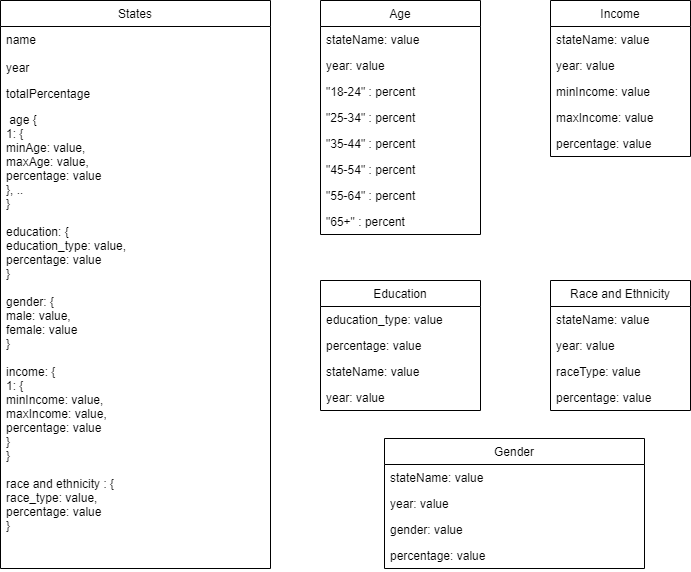
andrasimion99/twProject keeps this draw.io diagram as database/database.png. Above is the earlier version. Source tidied: cells renumbered, new cells last; positions are measured from the earlier drawing's top-left corner, leaving out a move shared by most shapes.
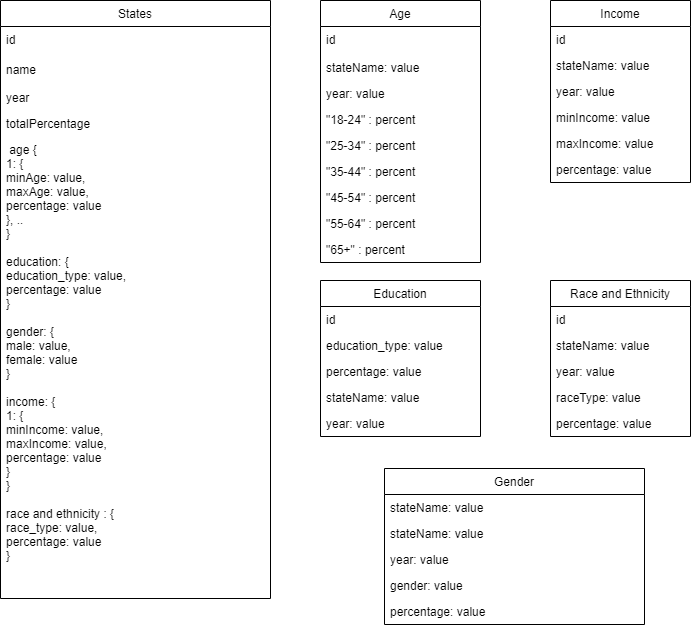
After the commit.

Change to the diagram source:
```diff
@@ -3,106 +3,121 @@
     <mxCell id="0" />
     <mxCell id="1" parent="0" />
     <mxCell id="2" value="States" style="swimlane;fontStyle=0;horizontal=1;startSize=26;fillColor=none;" parent="1" vertex="1">
-      <mxGeometry width="270" height="568" as="geometry" />
+      <mxGeometry width="270" height="598" as="geometry" />
     </mxCell>
-    <mxCell id="3" value="name&#10;&#10;year" style="text;strokeColor=none;fillColor=none;align=left;verticalAlign=top;spacingLeft=4;spacingRight=4;overflow=hidden;" parent="2" vertex="1">
-      <mxGeometry y="26" width="270" height="54" as="geometry" />
+    <mxCell id="3" value="id" style="text;strokeColor=none;fillColor=none;align=left;verticalAlign=top;spacingLeft=4;spacingRight=4;overflow=hidden;" parent="2" vertex="1">
+      <mxGeometry y="26" width="270" height="30" as="geometry" />
     </mxCell>
+    <mxCell id="36" value="name&#10;&#10;year" style="text;strokeColor=none;fillColor=none;align=left;verticalAlign=top;spacingLeft=4;spacingRight=4;overflow=hidden;" parent="2" vertex="1">
+      <mxGeometry y="56" width="270" height="54" as="geometry" />
+    </mxCell>
     <mxCell id="4" value="totalPercentage" style="text;strokeColor=none;fillColor=none;align=left;verticalAlign=top;spacingLeft=4;spacingRight=4;overflow=hidden;" parent="2" vertex="1">
-      <mxGeometry y="80" width="270" height="26" as="geometry" />
+      <mxGeometry y="110" width="270" height="26" as="geometry" />
     </mxCell>
     <mxCell id="5" value=" age { &#10;1: { &#10;minAge: value,&#10;maxAge: value,&#10;percentage: value&#10;}, ..&#10;}&#10;&#10;education: {&#10;education_type: value,&#10;percentage: value&#10;}&#10;&#10;gender: {&#10;male: value,&#10;female: value&#10;}&#10;&#10;income: {&#10;1: {&#10;minIncome: value,&#10;maxIncome: value,&#10;percentage: value&#10;}&#10;}&#10;&#10;race and ethnicity : {&#10;race_type: value,&#10;percentage: value&#10;}" style="text;strokeColor=none;fillColor=none;align=left;verticalAlign=top;spacingLeft=4;spacingRight=4;overflow=hidden;" parent="2" vertex="1">
-      <mxGeometry y="106" width="270" height="462" as="geometry" />
+      <mxGeometry y="136" width="270" height="462" as="geometry" />
     </mxCell>
     <mxCell id="6" value="Age" style="swimlane;fontStyle=0;horizontal=1;startSize=26;fillColor=none;" parent="1" vertex="1">
-      <mxGeometry x="320" width="160" height="234" as="geometry" />
+      <mxGeometry x="320" width="160" height="262" as="geometry" />
     </mxCell>
-    <mxCell id="7" value="stateName: value" style="text;strokeColor=none;fillColor=none;align=left;verticalAlign=top;spacingLeft=4;spacingRight=4;overflow=hidden;" parent="6" vertex="1">
-      <mxGeometry y="26" width="160" height="26" as="geometry" />
+    <mxCell id="7" value="id&#10;&#10;stateName: value" style="text;strokeColor=none;fillColor=none;align=left;verticalAlign=top;spacingLeft=4;spacingRight=4;overflow=hidden;" parent="6" vertex="1">
+      <mxGeometry y="26" width="160" height="54" as="geometry" />
     </mxCell>
     <mxCell id="8" value="year: value" style="text;strokeColor=none;fillColor=none;align=left;verticalAlign=top;spacingLeft=4;spacingRight=4;overflow=hidden;" parent="6" vertex="1">
-      <mxGeometry y="52" width="160" height="26" as="geometry" />
+      <mxGeometry y="80" width="160" height="26" as="geometry" />
     </mxCell>
     <mxCell id="9" value="&quot;18-24&quot; : percent" style="text;strokeColor=none;fillColor=none;align=left;verticalAlign=top;spacingLeft=4;spacingRight=4;overflow=hidden;" parent="6" vertex="1">
-      <mxGeometry y="78" width="160" height="26" as="geometry" />
+      <mxGeometry y="106" width="160" height="26" as="geometry" />
     </mxCell>
     <mxCell id="10" value="&quot;25-34&quot; : percent" style="text;strokeColor=none;fillColor=none;align=left;verticalAlign=top;spacingLeft=4;spacingRight=4;overflow=hidden;" parent="6" vertex="1">
-      <mxGeometry y="104" width="160" height="26" as="geometry" />
+      <mxGeometry y="132" width="160" height="26" as="geometry" />
     </mxCell>
     <mxCell id="11" value="&quot;35-44&quot; : percent" style="text;strokeColor=none;fillColor=none;align=left;verticalAlign=top;spacingLeft=4;spacingRight=4;overflow=hidden;" parent="6" vertex="1">
-      <mxGeometry y="130" width="160" height="26" as="geometry" />
+      <mxGeometry y="158" width="160" height="26" as="geometry" />
     </mxCell>
     <mxCell id="12" value="&quot;45-54&quot; : percent" style="text;strokeColor=none;fillColor=none;align=left;verticalAlign=top;spacingLeft=4;spacingRight=4;overflow=hidden;" parent="6" vertex="1">
-      <mxGeometry y="156" width="160" height="26" as="geometry" />
+      <mxGeometry y="184" width="160" height="26" as="geometry" />
     </mxCell>
     <mxCell id="13" value="&quot;55-64&quot; : percent" style="text;strokeColor=none;fillColor=none;align=left;verticalAlign=top;spacingLeft=4;spacingRight=4;overflow=hidden;" parent="6" vertex="1">
-      <mxGeometry y="182" width="160" height="26" as="geometry" />
+      <mxGeometry y="210" width="160" height="26" as="geometry" />
     </mxCell>
     <mxCell id="14" value="&quot;65+&quot; : percent" style="text;strokeColor=none;fillColor=none;align=left;verticalAlign=top;spacingLeft=4;spacingRight=4;overflow=hidden;" parent="6" vertex="1">
-      <mxGeometry y="208" width="160" height="26" as="geometry" />
+      <mxGeometry y="236" width="160" height="26" as="geometry" />
     </mxCell>
     <mxCell id="15" value="Education" style="swimlane;fontStyle=0;horizontal=1;startSize=26;fillColor=none;" parent="1" vertex="1">
-      <mxGeometry x="320" y="280" width="160" height="130" as="geometry" />
+      <mxGeometry x="320" y="280" width="160" height="156" as="geometry" />
     </mxCell>
-    <mxCell id="16" value="education_type: value" style="text;strokeColor=none;fillColor=none;align=left;verticalAlign=top;spacingLeft=4;spacingRight=4;overflow=hidden;" parent="15" vertex="1">
+    <mxCell id="16" value="id" style="text;strokeColor=none;fillColor=none;align=left;verticalAlign=top;spacingLeft=4;spacingRight=4;overflow=hidden;" parent="15" vertex="1">
       <mxGeometry y="26" width="160" height="26" as="geometry" />
     </mxCell>
+    <mxCell id="37" value="education_type: value" style="text;strokeColor=none;fillColor=none;align=left;verticalAlign=top;spacingLeft=4;spacingRight=4;overflow=hidden;" parent="15" vertex="1">
+      <mxGeometry y="52" width="160" height="26" as="geometry" />
+    </mxCell>
     <mxCell id="17" value="percentage: value" style="text;strokeColor=none;fillColor=none;align=left;verticalAlign=top;spacingLeft=4;spacingRight=4;overflow=hidden;" parent="15" vertex="1">
-      <mxGeometry y="52" width="160" height="26" as="geometry" />
+      <mxGeometry y="78" width="160" height="26" as="geometry" />
     </mxCell>
     <mxCell id="18" value="stateName: value" style="text;strokeColor=none;fillColor=none;align=left;verticalAlign=top;spacingLeft=4;spacingRight=4;overflow=hidden;" parent="15" vertex="1">
-      <mxGeometry y="78" width="160" height="26" as="geometry" />
+      <mxGeometry y="104" width="160" height="26" as="geometry" />
     </mxCell>
     <mxCell id="19" value="year: value" style="text;strokeColor=none;fillColor=none;align=left;verticalAlign=top;spacingLeft=4;spacingRight=4;overflow=hidden;" parent="15" vertex="1">
-      <mxGeometry y="104" width="160" height="26" as="geometry" />
+      <mxGeometry y="130" width="160" height="26" as="geometry" />
     </mxCell>
     <mxCell id="20" value="Income" style="swimlane;fontStyle=0;horizontal=1;startSize=26;fillColor=none;" parent="1" vertex="1">
-      <mxGeometry x="550" width="140" height="156" as="geometry" />
+      <mxGeometry x="550" width="140" height="182" as="geometry" />
     </mxCell>
-    <mxCell id="21" value="stateName: value" style="text;strokeColor=none;fillColor=none;align=left;verticalAlign=top;spacingLeft=4;spacingRight=4;overflow=hidden;" parent="20" vertex="1">
+    <mxCell id="21" value="id" style="text;strokeColor=none;fillColor=none;align=left;verticalAlign=top;spacingLeft=4;spacingRight=4;overflow=hidden;" parent="20" vertex="1">
       <mxGeometry y="26" width="140" height="26" as="geometry" />
     </mxCell>
+    <mxCell id="38" value="stateName: value" style="text;strokeColor=none;fillColor=none;align=left;verticalAlign=top;spacingLeft=4;spacingRight=4;overflow=hidden;" parent="20" vertex="1">
+      <mxGeometry y="52" width="140" height="26" as="geometry" />
+    </mxCell>
     <mxCell id="22" value="year: value" style="text;strokeColor=none;fillColor=none;align=left;verticalAlign=top;spacingLeft=4;spacingRight=4;overflow=hidden;" parent="20" vertex="1">
-      <mxGeometry y="52" width="140" height="26" as="geometry" />
+      <mxGeometry y="78" width="140" height="26" as="geometry" />
     </mxCell>
     <mxCell id="23" value="minIncome: value" style="text;strokeColor=none;fillColor=none;align=left;verticalAlign=top;spacingLeft=4;spacingRight=4;overflow=hidden;" parent="20" vertex="1">
-      <mxGeometry y="78" width="140" height="26" as="geometry" />
+      <mxGeometry y="104" width="140" height="26" as="geometry" />
     </mxCell>
     <mxCell id="24" value="maxIncome: value" style="text;strokeColor=none;fillColor=none;align=left;verticalAlign=top;spacingLeft=4;spacingRight=4;overflow=hidden;" parent="20" vertex="1">
-      <mxGeometry y="104" width="140" height="26" as="geometry" />
+      <mxGeometry y="130" width="140" height="26" as="geometry" />
     </mxCell>
     <mxCell id="25" value="percentage: value" style="text;strokeColor=none;fillColor=none;align=left;verticalAlign=top;spacingLeft=4;spacingRight=4;overflow=hidden;" parent="20" vertex="1">
-      <mxGeometry y="130" width="140" height="26" as="geometry" />
+      <mxGeometry y="156" width="140" height="26" as="geometry" />
     </mxCell>
     <mxCell id="26" value="Race and Ethnicity" style="swimlane;fontStyle=0;horizontal=1;startSize=26;fillColor=none;" parent="1" vertex="1">
-      <mxGeometry x="550" y="280" width="140" height="130" as="geometry" />
+      <mxGeometry x="550" y="280" width="140" height="156" as="geometry" />
     </mxCell>
-    <mxCell id="27" value="stateName: value" style="text;strokeColor=none;fillColor=none;align=left;verticalAlign=top;spacingLeft=4;spacingRight=4;overflow=hidden;" parent="26" vertex="1">
+    <mxCell id="27" value="id" style="text;strokeColor=none;fillColor=none;align=left;verticalAlign=top;spacingLeft=4;spacingRight=4;overflow=hidden;" parent="26" vertex="1">
       <mxGeometry y="26" width="140" height="26" as="geometry" />
     </mxCell>
+    <mxCell id="39" value="stateName: value" style="text;strokeColor=none;fillColor=none;align=left;verticalAlign=top;spacingLeft=4;spacingRight=4;overflow=hidden;" parent="26" vertex="1">
+      <mxGeometry y="52" width="140" height="26" as="geometry" />
+    </mxCell>
     <mxCell id="28" value="year: value" style="text;strokeColor=none;fillColor=none;align=left;verticalAlign=top;spacingLeft=4;spacingRight=4;overflow=hidden;" parent="26" vertex="1">
-      <mxGeometry y="52" width="140" height="26" as="geometry" />
+      <mxGeometry y="78" width="140" height="26" as="geometry" />
     </mxCell>
     <mxCell id="29" value="raceType: value" style="text;strokeColor=none;fillColor=none;align=left;verticalAlign=top;spacingLeft=4;spacingRight=4;overflow=hidden;" parent="26" vertex="1">
-      <mxGeometry y="78" width="140" height="26" as="geometry" />
+      <mxGeometry y="104" width="140" height="26" as="geometry" />
     </mxCell>
     <mxCell id="30" value="percentage: value" style="text;strokeColor=none;fillColor=none;align=left;verticalAlign=top;spacingLeft=4;spacingRight=4;overflow=hidden;" parent="26" vertex="1">
-      <mxGeometry y="104" width="140" height="26" as="geometry" />
+      <mxGeometry y="130" width="140" height="26" as="geometry" />
     </mxCell>
     <mxCell id="31" value="Gender" style="swimlane;fontStyle=0;horizontal=1;startSize=26;fillColor=none;" parent="1" vertex="1">
-      <mxGeometry x="384" y="438" width="260" height="130" as="geometry" />
+      <mxGeometry x="384" y="468" width="260" height="156" as="geometry" />
     </mxCell>
     <mxCell id="32" value="stateName: value" style="text;strokeColor=none;fillColor=none;align=left;verticalAlign=top;spacingLeft=4;spacingRight=4;overflow=hidden;" parent="31" vertex="1">
       <mxGeometry y="26" width="260" height="26" as="geometry" />
     </mxCell>
+    <mxCell id="40" value="stateName: value" style="text;strokeColor=none;fillColor=none;align=left;verticalAlign=top;spacingLeft=4;spacingRight=4;overflow=hidden;" parent="31" vertex="1">
+      <mxGeometry y="52" width="260" height="26" as="geometry" />
+    </mxCell>
     <mxCell id="33" value="year: value" style="text;strokeColor=none;fillColor=none;align=left;verticalAlign=top;spacingLeft=4;spacingRight=4;overflow=hidden;" parent="31" vertex="1">
-      <mxGeometry y="52" width="260" height="26" as="geometry" />
+      <mxGeometry y="78" width="260" height="26" as="geometry" />
     </mxCell>
     <mxCell id="34" value="gender: value" style="text;strokeColor=none;fillColor=none;align=left;verticalAlign=top;spacingLeft=4;spacingRight=4;overflow=hidden;" parent="31" vertex="1">
-      <mxGeometry y="78" width="260" height="26" as="geometry" />
+      <mxGeometry y="104" width="260" height="26" as="geometry" />
     </mxCell>
     <mxCell id="35" value="percentage: value" style="text;strokeColor=none;fillColor=none;align=left;verticalAlign=top;spacingLeft=4;spacingRight=4;overflow=hidden;" parent="31" vertex="1">
-      <mxGeometry y="104" width="260" height="26" as="geometry" />
+      <mxGeometry y="130" width="260" height="26" as="geometry" />
     </mxCell>
   </root>
 </mxGraphModel>
```
